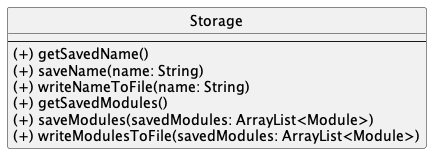
saintzaw/tp keeps this PlantUML diagram as docs/diagrams/StorageClass.png. Above is the earlier version. Its diagram source:
```plantuml
@startuml
hide circle

class Storage {
--
(+) getSavedName()
(+) saveName(name: String)
(+) writeNameToFile(name: String)
(+) getSavedModules()
(+) saveModules(savedModules: ArrayList<Module>)
(+) writeModulesToFile(savedModules: ArrayList<Module>)
}


@enduml
```
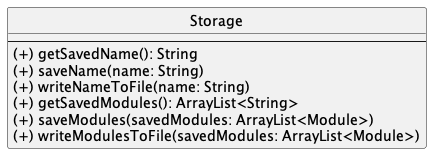
After the commit.

Commit message:
Update storage diagram

The edit, as a diff of the source:
```diff
@@ -3,10 +3,10 @@
 
 class Storage {
 --
-(+) getSavedName()
+(+) getSavedName(): String
 (+) saveName(name: String)
 (+) writeNameToFile(name: String)
-(+) getSavedModules()
+(+) getSavedModules(): ArrayList<String>
 (+) saveModules(savedModules: ArrayList<Module>)
 (+) writeModulesToFile(savedModules: ArrayList<Module>)
 }
```
